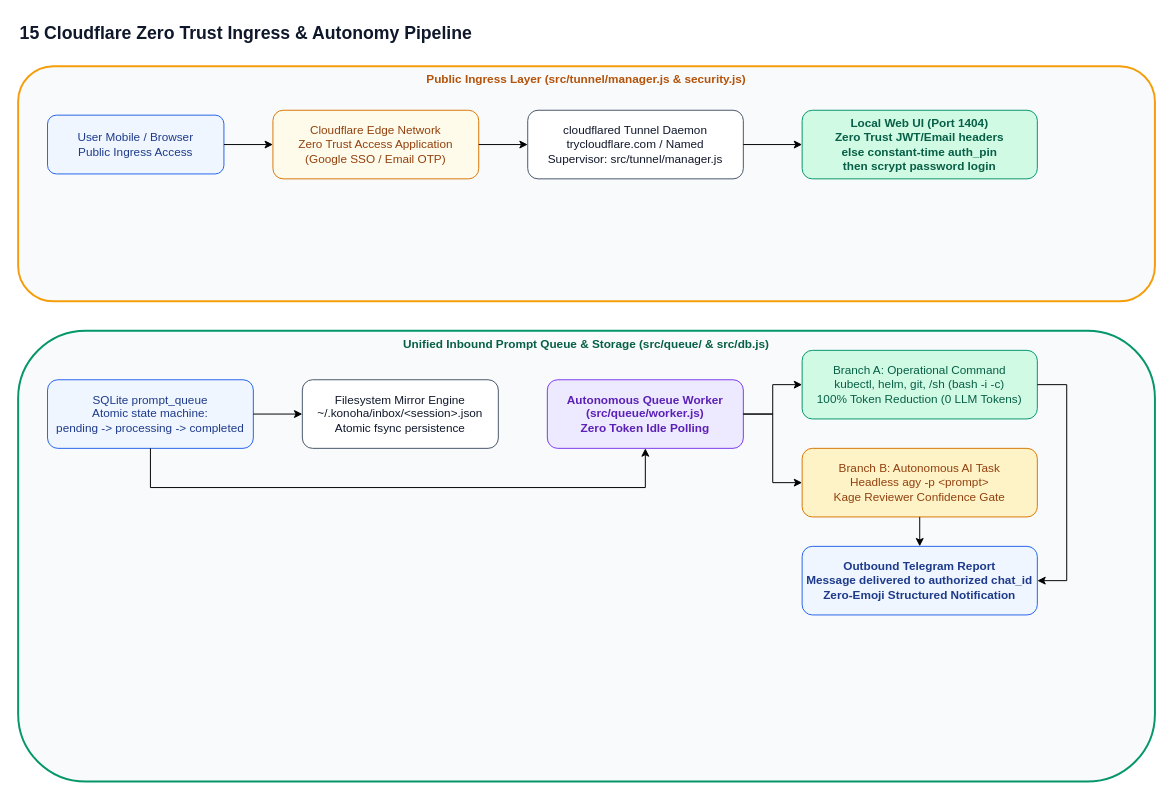
andycungkrinx91/konoha keeps this draw.io diagram as page "15 Cloudflare Zero Trust Ingress & Prompt Queue" (15 of 15) of docs/diagrams/konoha-enterprise-architecture.drawio. Above is the earlier version. Source tidied: cells renumbered, new cells numbered last; positions are measured from the earlier drawing's top-left corner, leaving out a move shared by most shapes. Both pictures are drawn from the tidied source at 98%, with x=0, y=0 at pixel (18, 17).
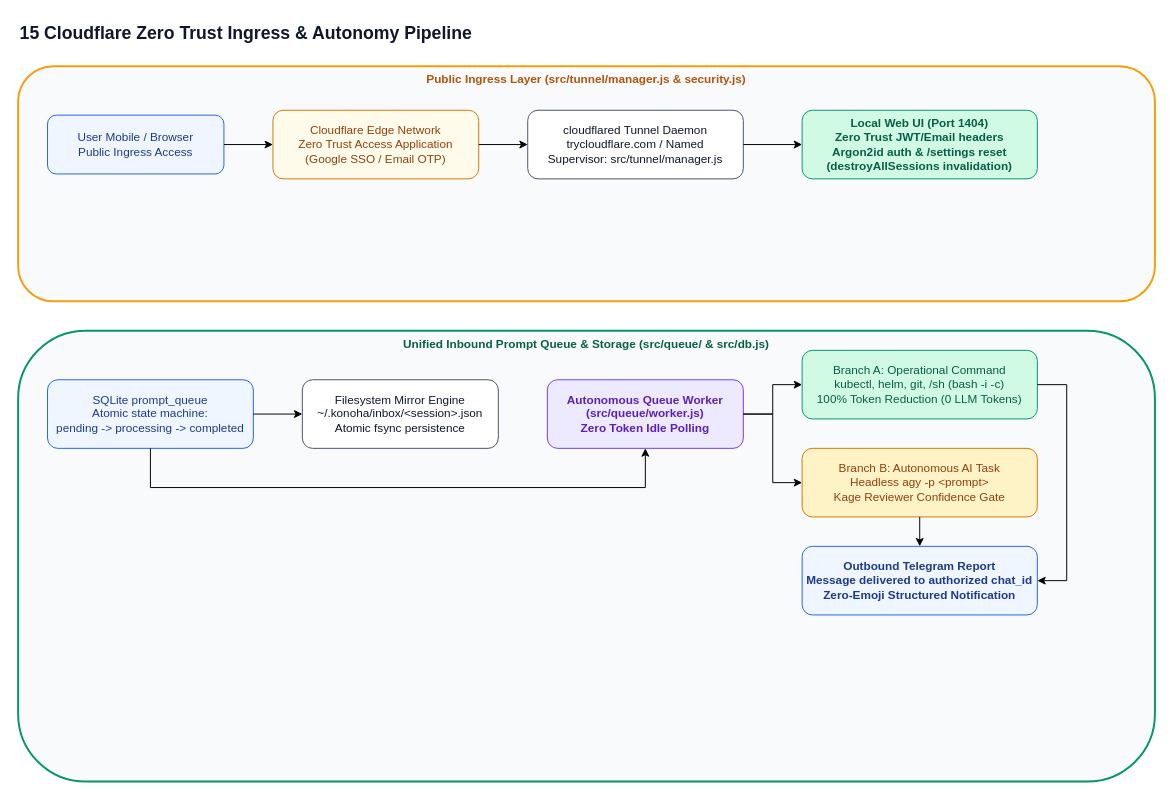
After the change.

The edit, as a diff of the source:
```diff
@@
-    <mxCell id="7" value="Local Web UI (Port 1404)&#10;Zero Trust JWT/Email headers&#10;else constant-time auth_pin&#10;then scrypt password login" style="rounded=1;whiteSpace=wrap;html=1;fillColor=#d1fae5;strokeColor=#059669;fontColor=#065f46;fontStyle=1;" parent="1" vertex="1">
+    <mxCell id="7" value="Local Web UI (Port 1404)&#10;Zero Trust JWT/Email headers&#10;Argon2id auth &amp;amp; /settings reset&#10;(destroyAllSessions invalidation)" style="rounded=1;whiteSpace=wrap;html=1;fillColor=#d1fae5;strokeColor=#059669;fontColor=#065f46;fontStyle=1;" parent="1" vertex="1">
       <mxGeometry x="800" y="95" width="240" height="70" as="geometry" />
     </mxCell>
```
